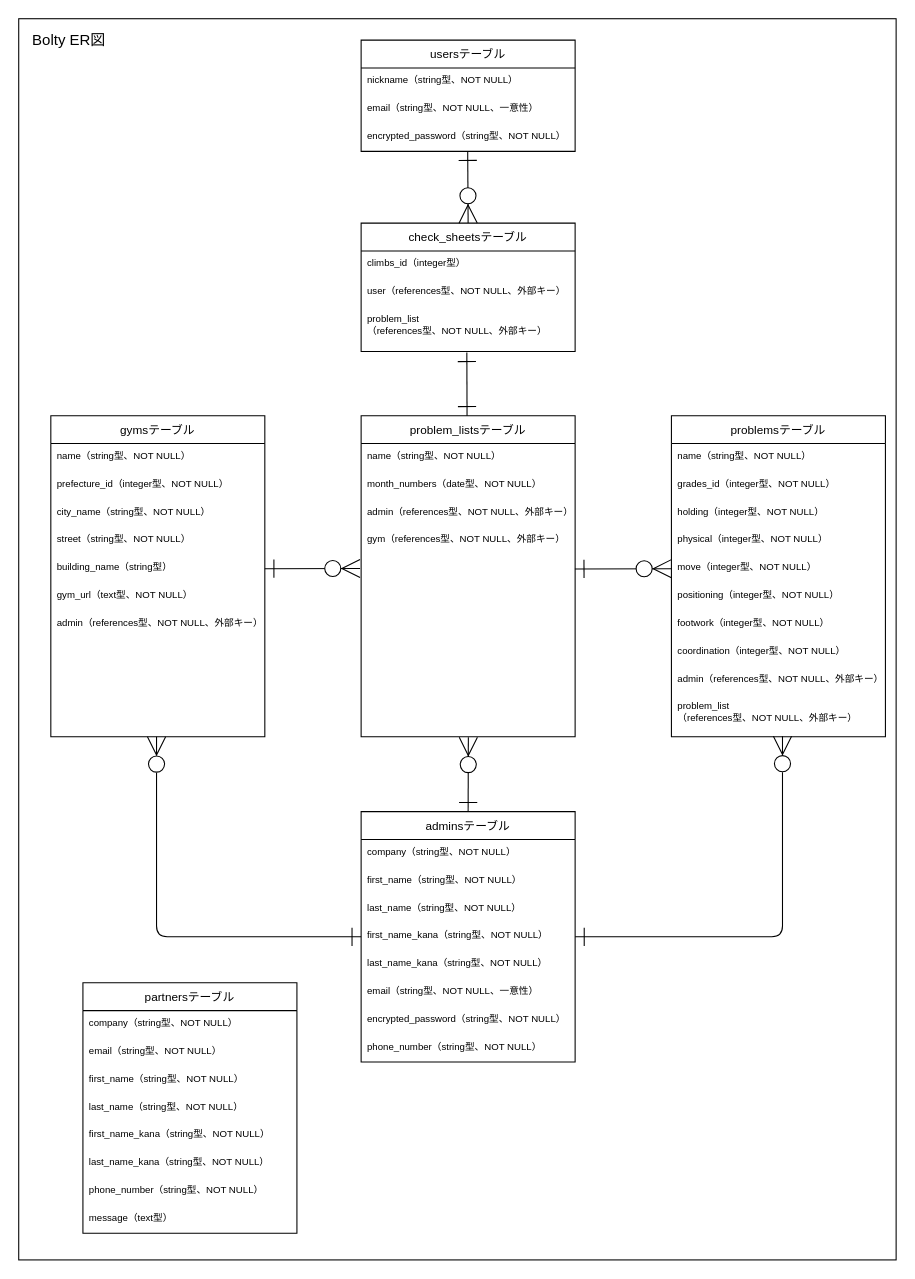
kazukiwada01/bolty keeps this draw.io diagram as ER.drawio. Above is the earlier version. Source tidied: cells renumbered, new cells numbered last; positions are measured from the earlier drawing's top-left corner, leaving out a move shared by most shapes. Both pictures are drawn from the tidied source at 107%, with x=0, y=0 at pixel (18, 18).
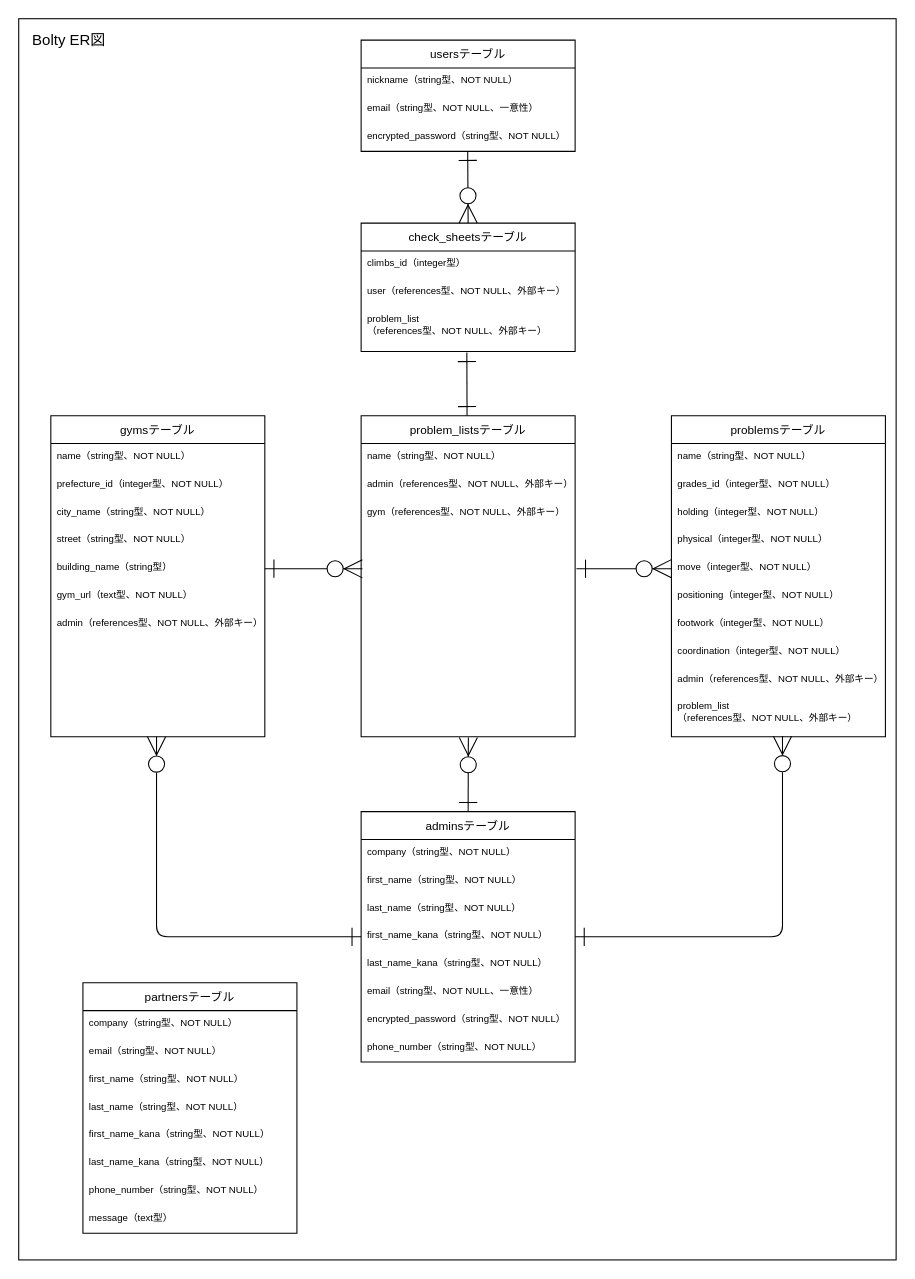
Above is the later version.

Unchanged cells that the change refers to:
```xml
<mxCell id="12" value="problem_listsテーブル" style="swimlane;fontStyle=0;horizontal=1;startSize=26;fontSize=11;fillColor=#FFFFFF;fontColor=#000000;strokeColor=#000000;" parent="1" vertex="1">
  <mxGeometry x="320" y="371" width="200" height="300" as="geometry" />
</mxCell>
<mxCell id="31" value="move（integer型、NOT NULL）" style="text;strokeColor=none;fillColor=none;align=left;verticalAlign=top;spacingLeft=4;spacingRight=4;overflow=hidden;points=[[0,0.5],[1,0.5]];portConstraint=eastwest;fontColor=#000000;fontSize=9;" parent="26" vertex="1">
  <mxGeometry y="130" width="200" height="26" as="geometry" />
</mxCell>
<mxCell id="42" value="building_name（string型）" style="text;strokeColor=none;fillColor=none;align=left;verticalAlign=top;spacingLeft=4;spacingRight=4;overflow=hidden;points=[[0,0.5],[1,0.5]];portConstraint=eastwest;fontColor=#000000;fontSize=9;" parent="37" vertex="1">
  <mxGeometry y="130" width="200" height="26" as="geometry" />
</mxCell>
```

Change to the diagram source:
```diff
@@
-    <mxCell id="14" value="month_numbers（date型、NOT NULL）" style="text;strokeColor=none;fillColor=none;align=left;verticalAlign=top;spacingLeft=4;spacingRight=4;overflow=hidden;fontColor=#000000;fontSize=9;" parent="12" vertex="1">
-      <mxGeometry y="52" width="200" height="26" as="geometry" />
-    </mxCell>
     <mxCell id="15" value="admin（references型、NOT NULL、外部キー）" style="text;strokeColor=none;fillColor=none;align=left;verticalAlign=top;spacingLeft=4;spacingRight=4;overflow=hidden;fontColor=#000000;fontSize=9;" parent="12" vertex="1">
-      <mxGeometry y="78" width="200" height="26" as="geometry" />
+      <mxGeometry y="52" width="200" height="26" as="geometry" />
     </mxCell>
     <mxCell id="16" value="gym（references型、NOT NULL、外部キー）" style="text;strokeColor=none;fillColor=none;align=left;verticalAlign=top;spacingLeft=4;spacingRight=4;overflow=hidden;points=[[0,0.5],[1,0.5]];portConstraint=eastwest;fontColor=#000000;fontSize=9;" parent="12" vertex="1">
-      <mxGeometry y="104" width="200" height="196" as="geometry" />
+      <mxGeometry y="78" width="200" height="222" as="geometry" />
     </mxCell>
@@
-    <mxCell id="48" style="edgeStyle=none;html=1;fontSize=12;fontColor=#000000;startArrow=ERzeroToMany;startFill=1;endArrow=ERone;endFill=0;startSize=15;endSize=15;strokeColor=#000000;entryX=1;entryY=0.5;entryDx=0;entryDy=0;exitX=-0.005;exitY=0.198;exitDx=0;exitDy=0;exitPerimeter=0;" parent="1" edge="1" source="16" target="42">
+    <mxCell id="48" style="edgeStyle=none;html=1;fontSize=12;fontColor=#000000;startArrow=ERzeroToMany;startFill=1;endArrow=ERone;endFill=0;startSize=15;endSize=15;strokeColor=#000000;entryX=1;entryY=0.5;entryDx=0;entryDy=0;exitX=0.006;exitY=0.293;exitDx=0;exitDy=0;exitPerimeter=0;" parent="1" edge="1" source="16" target="42">
       <mxGeometry relative="1" as="geometry" />
     </mxCell>
-    <mxCell id="49" style="edgeStyle=none;html=1;fontSize=12;fontColor=#000000;startArrow=ERzeroToMany;startFill=1;endArrow=ERone;endFill=0;startSize=15;endSize=15;strokeColor=#000000;exitX=0;exitY=0.5;exitDx=0;exitDy=0;entryX=0.999;entryY=0.2;entryDx=0;entryDy=0;entryPerimeter=0;" parent="1" edge="1" source="31" target="16">
+    <mxCell id="49" style="edgeStyle=none;html=1;fontSize=12;fontColor=#000000;startArrow=ERzeroToMany;startFill=1;endArrow=ERone;endFill=0;startSize=15;endSize=15;strokeColor=#000000;exitX=0;exitY=0.5;exitDx=0;exitDy=0;entryX=1.006;entryY=0.293;entryDx=0;entryDy=0;entryPerimeter=0;" parent="1" edge="1" source="31" target="16">
       <mxGeometry relative="1" as="geometry" />
     </mxCell>
```
